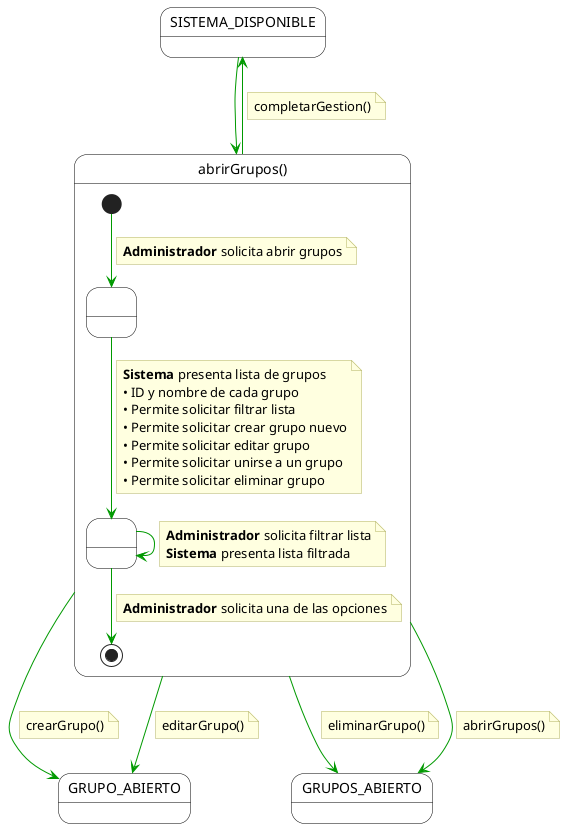
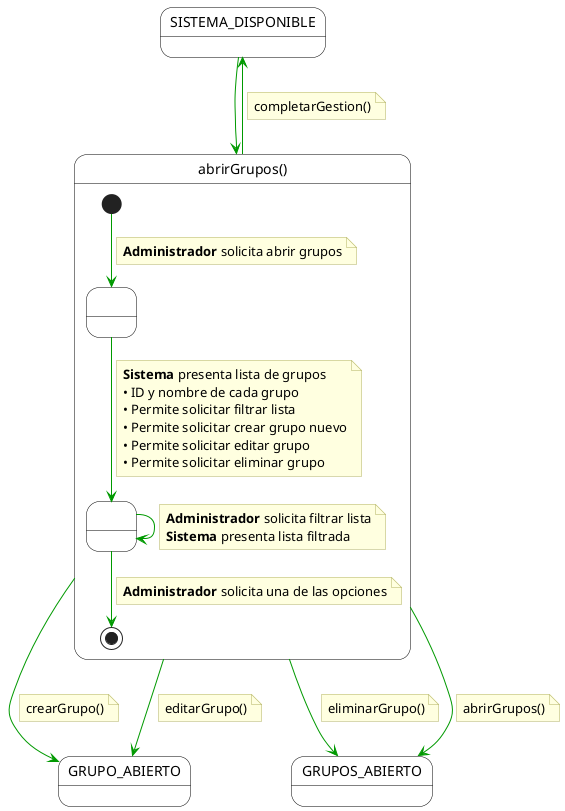
@startuml
' Configuración visual idéntica al ejemplo
skinparam monochrome false
skinparam shadow false
top to bottom direction

skinparam state {
    BackgroundColor White
    BorderColor Black
    ArrowColor #009900
    StartColor Black
    EndColor Black
}

skinparam note {
    BackgroundColor #FFFFE0
    BorderColor #B0B060
    FontName Arial
}

' Estado inicial externo
state SISTEMA_DISPONIBLE

' Estado compuesto
state "abrirGrupos()" as AbrirGruposContainer {
    top to bottom direction

    ' Estados de anclaje internos (sin nombre visible)
    state " " as PasoInicial
    state " " as PasoLista

    ' 1. Inicio -> Solicitud
    [*] --> PasoInicial
    note on link
        **Administrador** solicita abrir grupos
    end note

    ' 2. Solicitud -> Presentación de lista
    PasoInicial --> PasoLista
    note on link
        **Sistema** presenta lista de grupos
        • ID y nombre de cada grupo
        • Permite solicitar filtrar lista
        • Permite solicitar crear grupo nuevo
        • Permite solicitar editar grupo
-         • Permite solicitar unirse a un grupo
        • Permite solicitar eliminar grupo
    end note

    ' 3. Bucle de Filtrado (Self-transition)
    PasoLista -right-> PasoLista
    note on link
        **Administrador** solicita filtrar lista
        **Sistema** presenta lista filtrada
    end note

    ' 4. Selección de opción -> Fin interno
    PasoLista --> [*]
    note on link
        **Administrador** solicita una de las opciones
    end note
}

' Estados finales externos
state GRUPO_ABIERTO
state GRUPOS_ABIERTO

' Transición de entrada
SISTEMA_DISPONIBLE --> AbrirGruposContainer

' Transiciones de salida (Acciones)
' Se usan notas en los links para simular el estilo del ejemplo

AbrirGruposContainer --> GRUPO_ABIERTO
note on link
  crearGrupo()
end note

AbrirGruposContainer --> GRUPO_ABIERTO
note on link
  editarGrupo()
end note

AbrirGruposContainer --> GRUPOS_ABIERTO
note on link
  eliminarGrupo()
end note

AbrirGruposContainer --> GRUPOS_ABIERTO
note on link
  abrirGrupos()
end note

AbrirGruposContainer --> SISTEMA_DISPONIBLE
note on link
  completarGestion()
end note

@enduml